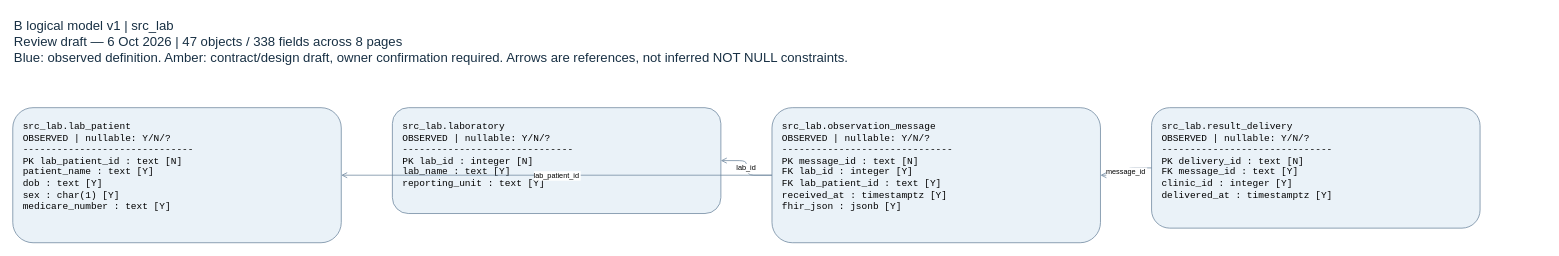
Above: page "src_lab" (3 of 9) of docs/logical_model_v1.drawio in LyphardRover/glucolink-a2 (draw.io), before the change. Source tidied: cells renumbered, new cells numbered last; positions are measured from the earlier drawing's top-left corner, leaving out a move shared by most shapes. Both pictures are drawn from the tidied source at 73%, with x=0, y=0 at pixel (12, 12).
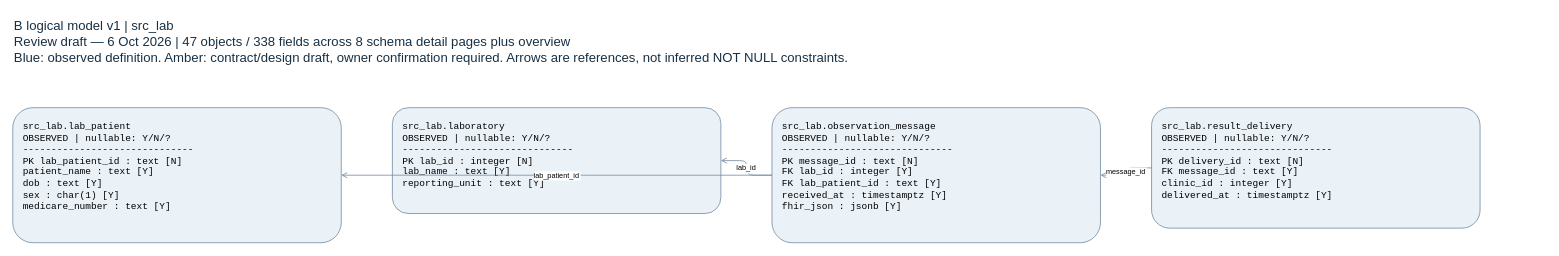
The same diagram, later.

Commit message (it also covers changes not shown here):
docs(B): add logical model overview to editable detail pages

What changed in the source:
```diff
@@
 <mxGraphModel>
   <root>
     <mxCell id="0" />
     <mxCell id="1" parent="0" />
-    <mxCell id="2" value="B logical model v1 | src_lab&#10;Review draft — 6 Oct 2026 | 47 objects / 338 fields across 8 pages&#10;Blue: observed definition. Amber: contract/design draft, owner confirmation required. Arrows are references, not inferred NOT NULL constraints." style="text;html=0;align=left;verticalAlign=top;fontSize=18;fontColor=#183044;" parent="1" vertex="1">
+    <mxCell id="2" value="B logical model v1 | src_lab&#10;Review draft — 6 Oct 2026 | 47 objects / 338 fields across 8 schema detail pages plus overview&#10;Blue: observed definition. Amber: contract/design draft, owner confirmation required. Arrows are references, not inferred NOT NULL constraints." style="text;html=0;align=left;verticalAlign=top;fontSize=18;fontColor=#183044;" parent="1" vertex="1">
       <mxGeometry width="2100" height="120" as="geometry" />
     </mxCell>
     <mxCell id="3" value="src_lab.lab_patient&#10;OBSERVED | nullable: Y/N/?&#10;------------------------------&#10;PK lab_patient_id : text [N]&#10;   patient_name : text [Y]&#10;   dob : text [Y]&#10;   sex : char(1) [Y]&#10;   medicare_number : text [Y]" style="rounded=1;whiteSpace=wrap;html=0;align=left;verticalAlign=top;spacing=14;fontFamily=Courier New;fontSize=13;fillColor=#eaf2f8;strokeColor=#66809a;" parent="1" vertex="1">
       <mxGeometry y="130" width="450" height="185" as="geometry" />
     </mxCell>
     <mxCell id="4" value="src_lab.laboratory&#10;OBSERVED | nullable: Y/N/?&#10;------------------------------&#10;PK lab_id : integer [N]&#10;   lab_name : text [Y]&#10;   reporting_unit : text [Y]" style="rounded=1;whiteSpace=wrap;html=0;align=left;verticalAlign=top;spacing=14;fontFamily=Courier New;fontSize=13;fillColor=#eaf2f8;strokeColor=#66809a;" parent="1" vertex="1">
       <mxGeometry x="520" y="130" width="450" height="145" as="geometry" />
     </mxCell>
     <mxCell id="5" value="src_lab.observation_message&#10;OBSERVED | nullable: Y/N/?&#10;------------------------------&#10;PK message_id : text [N]&#10;FK lab_id : integer [Y]&#10;FK lab_patient_id : text [Y]&#10;   received_at : timestamptz [Y]&#10;   fhir_json : jsonb [Y]" style="rounded=1;whiteSpace=wrap;html=0;align=left;verticalAlign=top;spacing=14;fontFamily=Courier New;fontSize=13;fillColor=#eaf2f8;strokeColor=#66809a;" parent="1" vertex="1">
       <mxGeometry x="1040" y="130" width="450" height="185" as="geometry" />
     </mxCell>
     <mxCell id="6" value="src_lab.result_delivery&#10;OBSERVED | nullable: Y/N/?&#10;------------------------------&#10;PK delivery_id : text [N]&#10;FK message_id : text [Y]&#10;   clinic_id : integer [Y]&#10;   delivered_at : timestamptz [Y]" style="rounded=1;whiteSpace=wrap;html=0;align=left;verticalAlign=top;spacing=14;fontFamily=Courier New;fontSize=13;fillColor=#eaf2f8;strokeColor=#66809a;" parent="1" vertex="1">
       <mxGeometry x="1560" y="130" width="450" height="165" as="geometry" />
     </mxCell>
     <mxCell id="7" value="lab_patient_id" style="edgeStyle=orthogonalEdgeStyle;endArrow=open;strokeColor=#66809a;fontSize=10;labelBackgroundColor=#ffffff;" parent="1" edge="1" source="5" target="3">
       <mxGeometry relative="1" as="geometry" />
     </mxCell>
     <mxCell id="8" value="lab_id" style="edgeStyle=orthogonalEdgeStyle;endArrow=open;strokeColor=#66809a;fontSize=10;labelBackgroundColor=#ffffff;" parent="1" edge="1" source="5" target="4">
       <mxGeometry relative="1" as="geometry" />
     </mxCell>
     <mxCell id="9" value="message_id" style="edgeStyle=orthogonalEdgeStyle;endArrow=open;strokeColor=#66809a;fontSize=10;labelBackgroundColor=#ffffff;" parent="1" edge="1" source="6" target="5">
       <mxGeometry relative="1" as="geometry" />
     </mxCell>
   </root>
 </mxGraphModel>
```
